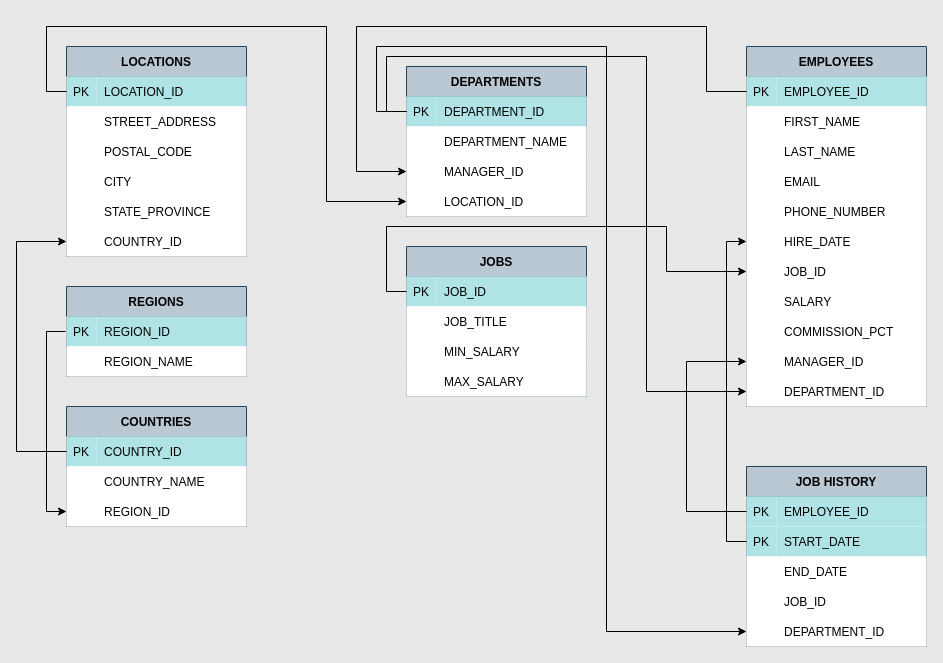
This is HRData.drawio from sharkfacekilla/120, a draw.io file, before an edit. Source tidied: cells renumbered, new cells numbered last; positions are measured from the earlier drawing's top-left corner, leaving out a move shared by most shapes. Both pictures are drawn from the tidied source at 100%, with x=0, y=0 at pixel (16, 26).
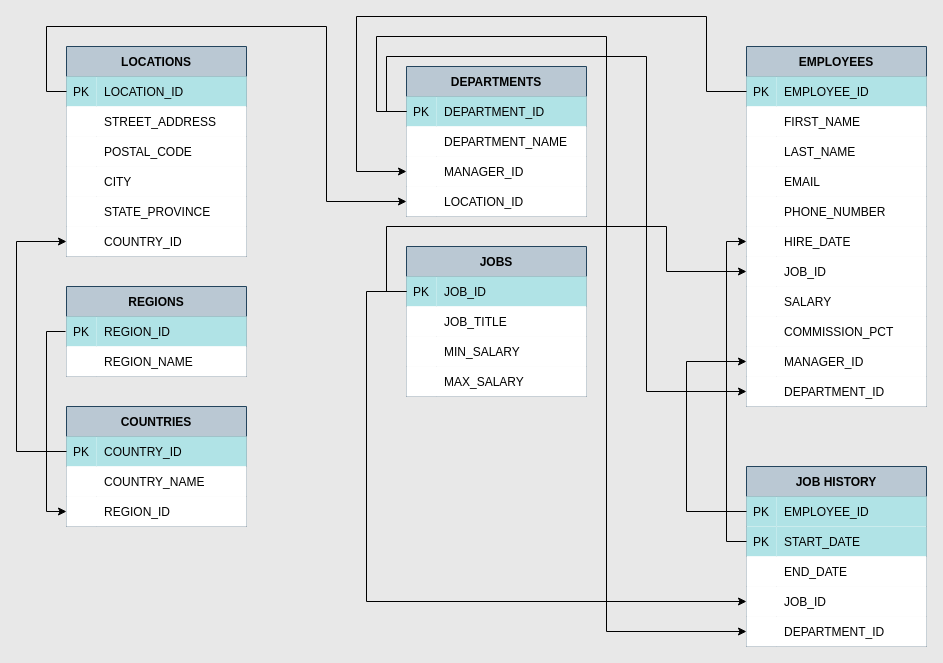
Above is the later version.

The change refers to these unchanged cells:
```xml
<mxCell id="29" style="shape=tableRow;horizontal=0;startSize=0;swimlaneHead=0;swimlaneBody=0;points=[[0,0.5],[1,0.5]];portConstraint=eastwest;top=0;left=0;right=0;bottom=0;swimlaneFillColor=none;" parent="28" vertex="1">
  <mxGeometry y="30" width="180" height="30" as="geometry" />
</mxCell>
<mxCell id="35" style="shape=tableRow;horizontal=0;startSize=0;swimlaneHead=0;swimlaneBody=0;points=[[0,0.5],[1,0.5]];portConstraint=eastwest;top=0;left=0;right=0;bottom=0;swimlaneFillColor=none;" parent="28" vertex="1">
  <mxGeometry y="90" width="180" height="30" as="geometry" />
</mxCell>
<mxCell id="42" style="shape=tableRow;horizontal=0;startSize=0;swimlaneHead=0;swimlaneBody=0;points=[[0,0.5],[1,0.5]];portConstraint=eastwest;top=0;left=0;right=0;bottom=0;swimlaneFillColor=none;" parent="41" vertex="1">
  <mxGeometry y="30" width="180" height="30" as="geometry" />
</mxCell>
<mxCell id="55" style="shape=tableRow;horizontal=0;startSize=0;swimlaneHead=0;swimlaneBody=0;points=[[0,0.5],[1,0.5]];portConstraint=eastwest;top=0;left=0;right=0;bottom=0;swimlaneFillColor=none;" parent="54" vertex="1">
  <mxGeometry y="30" width="180" height="30" as="geometry" />
</mxCell>
<mxCell id="98" style="shape=tableRow;horizontal=0;startSize=0;swimlaneHead=0;swimlaneBody=0;points=[[0,0.5],[1,0.5]];portConstraint=eastwest;top=0;left=0;right=0;bottom=0;swimlaneFillColor=none;" parent="88" vertex="1">
  <mxGeometry y="120" width="180" height="30" as="geometry" />
</mxCell>
<mxCell id="101" style="shape=tableRow;horizontal=0;startSize=0;swimlaneHead=0;swimlaneBody=0;points=[[0,0.5],[1,0.5]];portConstraint=eastwest;top=0;left=0;right=0;bottom=0;swimlaneFillColor=none;" parent="88" vertex="1">
  <mxGeometry y="150" width="180" height="30" as="geometry" />
</mxCell>
```

Change to the diagram source:
```diff
@@
     <mxCell id="115" style="edgeStyle=orthogonalEdgeStyle;rounded=0;jettySize=auto;html=1;exitX=0;exitY=0.5;exitDx=0;exitDy=0;" parent="1" edge="1" source="29" target="101">
       <mxGeometry relative="1" as="geometry">
         <Array as="points">
           <mxPoint x="360" y="85" />
-          <mxPoint x="360" y="20" />
-          <mxPoint x="590" y="20" />
+          <mxPoint x="360" y="10" />
+          <mxPoint x="590" y="10" />
           <mxPoint x="590" y="605" />
         </Array>
       </mxGeometry>
     </mxCell>
@@
     <mxCell id="118" style="edgeStyle=orthogonalEdgeStyle;rounded=0;jettySize=auto;html=1;exitX=0;exitY=0.5;exitDx=0;exitDy=0;entryX=0;entryY=0.5;entryDx=0;entryDy=0;" parent="1" edge="1" source="55" target="35">
       <mxGeometry relative="1" as="geometry">
         <Array as="points">
           <mxPoint x="690" y="65" />
-          <mxPoint x="690" />
-          <mxPoint x="340" />
+          <mxPoint x="690" y="-10" />
+          <mxPoint x="340" y="-10" />
           <mxPoint x="340" y="145" />
         </Array>
       </mxGeometry>
     </mxCell>
@@
+    <mxCell id="123" style="edgeStyle=orthogonalEdgeStyle;rounded=0;jettySize=auto;html=1;exitX=0;exitY=0.5;exitDx=0;exitDy=0;entryX=0;entryY=0.5;entryDx=0;entryDy=0;" parent="1" edge="1" source="42" target="98">
+      <mxGeometry relative="1" as="geometry">
+        <Array as="points">
+          <mxPoint x="350" y="265" />
+          <mxPoint x="350" y="575" />
+        </Array>
+      </mxGeometry>
+    </mxCell>
```
